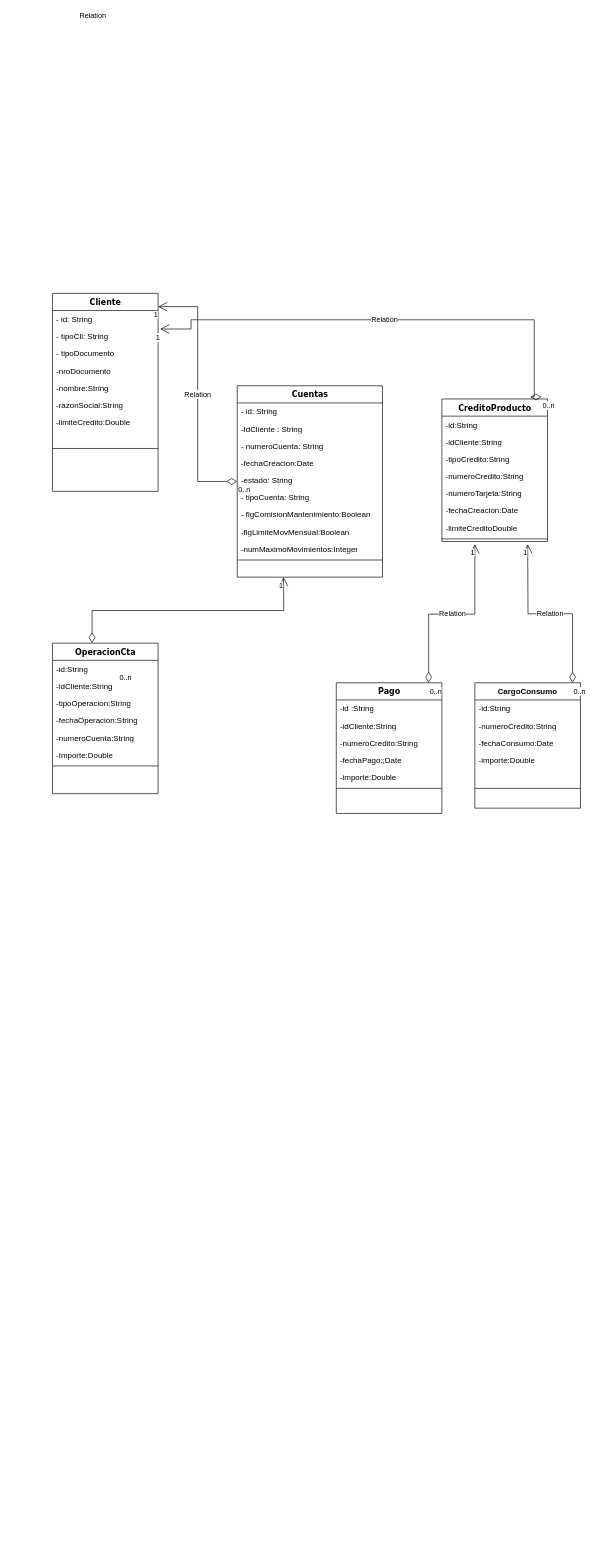
The draw.io diagram Diagrama_clases/diagrama_clases.drawio in edymartinhf/bootcamp1-docs, before the edit. Source tidied: cells renumbered, new cells numbered last; positions are measured from the earlier drawing's top-left corner, leaving out a move shared by most shapes. Both pictures are drawn from the tidied source at 66%, with x=0, y=0 at pixel (52, 293).
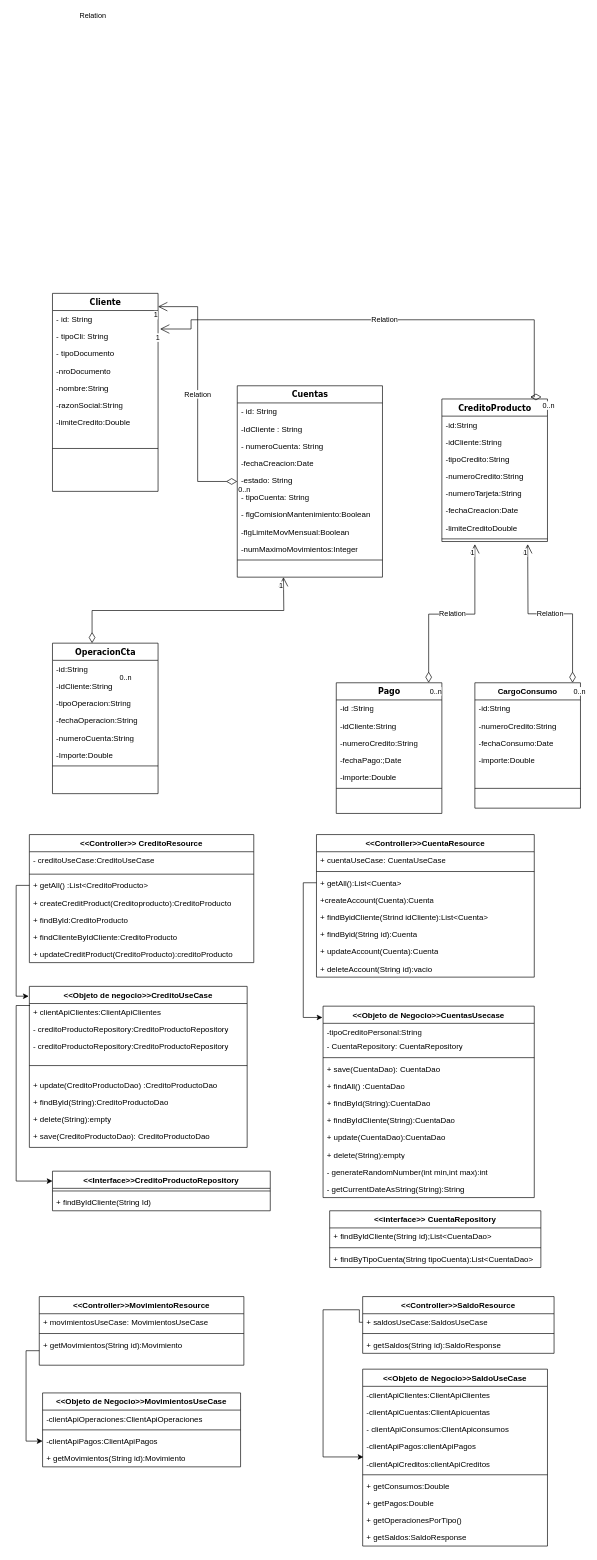
After the change.

What changed in the source:
```diff
@@
+    <mxCell id="67" value="&amp;lt;&amp;lt;Objeto de Negocio&amp;gt;&amp;gt;CuentasUsecase" style="swimlane;fontStyle=1;align=center;verticalAlign=top;horizontal=1;startSize=26;whiteSpace=wrap;html=1;" parent="1" vertex="1">
+      <mxGeometry x="410" y="1080" width="320" height="290" as="geometry" />
+    </mxCell>
+    <mxCell id="68" value="-tipoCreditoPersonal:String" style="text;strokeColor=none;fillColor=none;align=left;verticalAlign=top;spacingLeft=4;spacingRight=4;overflow=hidden;whiteSpace=wrap;html=1;" parent="67" vertex="1">
+      <mxGeometry y="26" width="320" height="22" as="geometry" />
+    </mxCell>
+    <mxCell id="69" value="-&amp;nbsp;CuentaRepository: CuentaRepository" style="text;strokeColor=none;fillColor=none;align=left;verticalAlign=top;spacingLeft=4;spacingRight=4;overflow=hidden;whiteSpace=wrap;html=1;" parent="67" vertex="1">
+      <mxGeometry y="48" width="320" height="26" as="geometry" />
+    </mxCell>
+    <mxCell id="70" style="line;strokeWidth=1;fillColor=none;align=left;verticalAlign=middle;spacingTop=-1;spacingLeft=3;spacingRight=3;labelPosition=right;strokeColor=inherit;" parent="67" vertex="1">
+      <mxGeometry y="74" width="320" height="8" as="geometry" />
+    </mxCell>
+    <mxCell id="71" value="+ save(CuentaDao): CuentaDao" style="text;strokeColor=none;fillColor=none;align=left;verticalAlign=top;spacingLeft=4;spacingRight=4;overflow=hidden;whiteSpace=wrap;html=1;" parent="67" vertex="1">
+      <mxGeometry y="82" width="320" height="26" as="geometry" />
+    </mxCell>
+    <mxCell id="72" value="+ findAll() :CuentaDao" style="text;strokeColor=none;fillColor=none;align=left;verticalAlign=top;spacingLeft=4;spacingRight=4;overflow=hidden;whiteSpace=wrap;html=1;" parent="67" vertex="1">
+      <mxGeometry y="108" width="320" height="26" as="geometry" />
+    </mxCell>
+    <mxCell id="73" value="+&amp;nbsp;findById(String):CuentaDao" style="text;strokeColor=none;fillColor=none;align=left;verticalAlign=top;spacingLeft=4;spacingRight=4;overflow=hidden;whiteSpace=wrap;html=1;" parent="67" vertex="1">
+      <mxGeometry y="134" width="320" height="26" as="geometry" />
+    </mxCell>
+    <mxCell id="74" value="+&amp;nbsp;findByIdCliente(String):CuentaDao" style="text;strokeColor=none;fillColor=none;align=left;verticalAlign=top;spacingLeft=4;spacingRight=4;overflow=hidden;whiteSpace=wrap;html=1;" parent="67" vertex="1">
+      <mxGeometry y="160" width="320" height="26" as="geometry" />
+    </mxCell>
+    <mxCell id="75" value="+ update(CuentaDao):CuentaDao" style="text;strokeColor=none;fillColor=none;align=left;verticalAlign=top;spacingLeft=4;spacingRight=4;overflow=hidden;whiteSpace=wrap;html=1;" parent="67" vertex="1">
+      <mxGeometry y="186" width="320" height="26" as="geometry" />
+    </mxCell>
+    <mxCell id="76" value="+ delete(String):empty" style="text;strokeColor=none;fillColor=none;align=left;verticalAlign=top;spacingLeft=4;spacingRight=4;overflow=hidden;whiteSpace=wrap;html=1;" parent="67" vertex="1">
+      <mxGeometry y="212" width="320" height="26" as="geometry" />
+    </mxCell>
+    <mxCell id="77" value="-&amp;nbsp;generateRandomNumber(int min,int max):int" style="text;strokeColor=none;fillColor=none;align=left;verticalAlign=top;spacingLeft=4;spacingRight=4;overflow=hidden;whiteSpace=wrap;html=1;" parent="67" vertex="1">
+      <mxGeometry y="238" width="320" height="26" as="geometry" />
+    </mxCell>
+    <mxCell id="78" value="-&amp;nbsp;getCurrentDateAsString(String):String" style="text;strokeColor=none;fillColor=none;align=left;verticalAlign=top;spacingLeft=4;spacingRight=4;overflow=hidden;whiteSpace=wrap;html=1;" parent="67" vertex="1">
+      <mxGeometry y="264" width="320" height="26" as="geometry" />
+    </mxCell>
+    <mxCell id="79" value="&amp;lt;&amp;lt;Objeto de Negocio&amp;gt;&amp;gt;MovimientosUseCase" style="swimlane;fontStyle=1;align=center;verticalAlign=top;horizontal=1;startSize=26;whiteSpace=wrap;html=1;" parent="1" vertex="1">
+      <mxGeometry x="-15" y="1666" width="300" height="112" as="geometry" />
+    </mxCell>
+    <mxCell id="80" value="-clientApiOperaciones:ClientApiOperaciones" style="text;strokeColor=none;fillColor=none;align=left;verticalAlign=top;spacingLeft=4;spacingRight=4;overflow=hidden;whiteSpace=wrap;html=1;" parent="79" vertex="1">
+      <mxGeometry y="26" width="300" height="26" as="geometry" />
+    </mxCell>
+    <mxCell id="81" style="line;strokeWidth=1;fillColor=none;align=left;verticalAlign=middle;spacingTop=-1;spacingLeft=3;spacingRight=3;labelPosition=right;strokeColor=inherit;" parent="79" vertex="1">
+      <mxGeometry y="52" width="300" height="8" as="geometry" />
+    </mxCell>
+    <mxCell id="82" value="-clientApiPagos:ClientApiPagos" style="text;strokeColor=none;fillColor=none;align=left;verticalAlign=top;spacingLeft=4;spacingRight=4;overflow=hidden;points=[[0,0.5],[1,0.5]];portConstraint=eastwest;whiteSpace=wrap;html=1;" parent="79" vertex="1">
+      <mxGeometry y="60" width="300" height="26" as="geometry" />
+    </mxCell>
+    <mxCell id="83" value="+ getMovimientos(String id):Movimiento" style="text;strokeColor=none;fillColor=none;align=left;verticalAlign=top;spacingLeft=4;spacingRight=4;overflow=hidden;whiteSpace=wrap;html=1;" parent="79" vertex="1">
+      <mxGeometry y="86" width="300" height="26" as="geometry" />
+    </mxCell>
+    <mxCell id="84" value="&amp;lt;&amp;lt;Objeto de Negocio&amp;gt;&amp;gt;SaldoUseCase" style="swimlane;fontStyle=1;align=center;verticalAlign=top;horizontal=1;startSize=26;whiteSpace=wrap;html=1;" parent="1" vertex="1">
+      <mxGeometry x="470" y="1630" width="280" height="268" as="geometry" />
+    </mxCell>
+    <mxCell id="85" value="-clientApiClientes:ClientApiClientes" style="text;strokeColor=none;fillColor=none;align=left;verticalAlign=top;spacingLeft=4;spacingRight=4;overflow=hidden;whiteSpace=wrap;html=1;" parent="84" vertex="1">
+      <mxGeometry y="26" width="280" height="26" as="geometry" />
+    </mxCell>
+    <mxCell id="86" value="-clientApiCuentas:ClientApicuentas" style="text;strokeColor=none;fillColor=none;align=left;verticalAlign=top;spacingLeft=4;spacingRight=4;overflow=hidden;whiteSpace=wrap;html=1;" parent="84" vertex="1">
+      <mxGeometry y="52" width="280" height="26" as="geometry" />
+    </mxCell>
+    <mxCell id="87" value="- clientApiConsumos:ClientApiconsumos" style="text;strokeColor=none;fillColor=none;align=left;verticalAlign=top;spacingLeft=4;spacingRight=4;overflow=hidden;whiteSpace=wrap;html=1;" parent="84" vertex="1">
+      <mxGeometry y="78" width="280" height="26" as="geometry" />
+    </mxCell>
+    <mxCell id="88" value="-clientApiPagos:clientApiPagos" style="text;strokeColor=none;fillColor=none;align=left;verticalAlign=top;spacingLeft=4;spacingRight=4;overflow=hidden;whiteSpace=wrap;html=1;" parent="84" vertex="1">
+      <mxGeometry y="104" width="280" height="26" as="geometry" />
+    </mxCell>
+    <mxCell id="89" value="-clientApiCreditos:clientApiCreditos" style="text;strokeColor=none;fillColor=none;align=left;verticalAlign=top;spacingLeft=4;spacingRight=4;overflow=hidden;points=[[0,0.5],[1,0.5]];portConstraint=eastwest;whiteSpace=wrap;html=1;" parent="84" vertex="1">
+      <mxGeometry y="130" width="280" height="26" as="geometry" />
+    </mxCell>
+    <mxCell id="90" style="line;strokeWidth=1;fillColor=none;align=left;verticalAlign=middle;spacingTop=-1;spacingLeft=3;spacingRight=3;labelPosition=right;strokeColor=inherit;" parent="84" vertex="1">
+      <mxGeometry y="156" width="280" height="8" as="geometry" />
+    </mxCell>
+    <mxCell id="91" value="+ getConsumos:Double" style="text;strokeColor=none;fillColor=none;align=left;verticalAlign=top;spacingLeft=4;spacingRight=4;overflow=hidden;whiteSpace=wrap;html=1;" parent="84" vertex="1">
+      <mxGeometry y="164" width="280" height="26" as="geometry" />
+    </mxCell>
+    <mxCell id="92" value="+ getPagos:Double" style="text;strokeColor=none;fillColor=none;align=left;verticalAlign=top;spacingLeft=4;spacingRight=4;overflow=hidden;whiteSpace=wrap;html=1;" parent="84" vertex="1">
+      <mxGeometry y="190" width="280" height="26" as="geometry" />
+    </mxCell>
+    <mxCell id="93" value="+ getOperacionesPorTipo()" style="text;strokeColor=none;fillColor=none;align=left;verticalAlign=top;spacingLeft=4;spacingRight=4;overflow=hidden;whiteSpace=wrap;html=1;" parent="84" vertex="1">
+      <mxGeometry y="216" width="280" height="26" as="geometry" />
+    </mxCell>
+    <mxCell id="94" value="+ getSaldos:SaldoResponse" style="text;strokeColor=none;fillColor=none;align=left;verticalAlign=top;spacingLeft=4;spacingRight=4;overflow=hidden;whiteSpace=wrap;html=1;" parent="84" vertex="1">
+      <mxGeometry y="242" width="280" height="26" as="geometry" />
+    </mxCell>
+    <mxCell id="95" value="&amp;lt;&amp;lt;Objeto de negocio&amp;gt;&amp;gt;CreditoUseCase" style="swimlane;fontStyle=1;align=center;verticalAlign=top;horizontal=1;startSize=26;whiteSpace=wrap;html=1;" parent="1" vertex="1">
+      <mxGeometry x="-35" y="1050" width="330" height="244" as="geometry" />
+    </mxCell>
+    <mxCell id="96" value="+ clientApiClientes:ClientApiClientes" style="text;strokeColor=none;fillColor=none;align=left;verticalAlign=top;spacingLeft=4;spacingRight=4;overflow=hidden;points=[[0,0.5],[1,0.5]];portConstraint=eastwest;whiteSpace=wrap;html=1;" parent="95" vertex="1">
+      <mxGeometry y="26" width="330" height="26" as="geometry" />
+    </mxCell>
+    <mxCell id="97" value="- creditoProductoRepository:CreditoProductoRepository" style="text;strokeColor=none;fillColor=none;align=left;verticalAlign=top;spacingLeft=4;spacingRight=4;overflow=hidden;whiteSpace=wrap;html=1;" parent="95" vertex="1">
+      <mxGeometry y="52" width="330" height="26" as="geometry" />
+    </mxCell>
+    <mxCell id="98" value="- creditoProductoRepository:CreditoProductoRepository" style="text;strokeColor=none;fillColor=none;align=left;verticalAlign=top;spacingLeft=4;spacingRight=4;overflow=hidden;whiteSpace=wrap;html=1;" parent="95" vertex="1">
+      <mxGeometry y="78" width="330" height="26" as="geometry" />
+    </mxCell>
+    <mxCell id="99" style="line;strokeWidth=1;fillColor=none;align=left;verticalAlign=middle;spacingTop=-1;spacingLeft=3;spacingRight=3;labelPosition=right;strokeColor=inherit;" parent="95" vertex="1">
+      <mxGeometry y="104" width="330" height="32" as="geometry" />
+    </mxCell>
+    <mxCell id="100" value="+ update(CreditoProductoDao) :CreditoProductoDao" style="text;strokeColor=none;fillColor=none;align=left;verticalAlign=top;spacingLeft=4;spacingRight=4;overflow=hidden;whiteSpace=wrap;html=1;" parent="95" vertex="1">
+      <mxGeometry y="136" width="330" height="26" as="geometry" />
+    </mxCell>
+    <mxCell id="101" value="+&amp;nbsp;findById(String):CreditoProductoDao" style="text;strokeColor=none;fillColor=none;align=left;verticalAlign=top;spacingLeft=4;spacingRight=4;overflow=hidden;whiteSpace=wrap;html=1;" parent="95" vertex="1">
+      <mxGeometry y="162" width="330" height="26" as="geometry" />
+    </mxCell>
+    <mxCell id="102" value="+ delete(String):empty" style="text;strokeColor=none;fillColor=none;align=left;verticalAlign=top;spacingLeft=4;spacingRight=4;overflow=hidden;whiteSpace=wrap;html=1;" parent="95" vertex="1">
+      <mxGeometry y="188" width="330" height="26" as="geometry" />
+    </mxCell>
+    <mxCell id="103" value="+ save(CreditoProductoDao): CreditoProductoDao" style="text;strokeColor=none;fillColor=none;align=left;verticalAlign=top;spacingLeft=4;spacingRight=4;overflow=hidden;whiteSpace=wrap;html=1;" parent="95" vertex="1">
+      <mxGeometry y="214" width="330" height="30" as="geometry" />
+    </mxCell>
+    <mxCell id="104" value="&amp;lt;&amp;lt;Controller&amp;gt;&amp;gt; CreditoResource" style="swimlane;fontStyle=1;align=center;verticalAlign=top;horizontal=1;startSize=26;whiteSpace=wrap;html=1;" parent="1" vertex="1">
+      <mxGeometry x="-35" y="820" width="340" height="194" as="geometry" />
+    </mxCell>
+    <mxCell id="105" value="- creditoUseCase:CreditoUseCase&amp;nbsp;" style="text;strokeColor=none;fillColor=none;align=left;verticalAlign=top;spacingLeft=4;spacingRight=4;overflow=hidden;whiteSpace=wrap;html=1;" parent="104" vertex="1">
+      <mxGeometry y="26" width="340" height="30" as="geometry" />
+    </mxCell>
+    <mxCell id="106" style="line;strokeWidth=1;fillColor=none;align=left;verticalAlign=middle;spacingTop=-1;spacingLeft=3;spacingRight=3;labelPosition=right;strokeColor=inherit;" parent="104" vertex="1">
+      <mxGeometry y="56" width="340" height="8" as="geometry" />
+    </mxCell>
+    <mxCell id="107" value="+&amp;nbsp;getAll() :List&amp;lt;CreditoProducto&lt;span style=&quot;background-color: initial;&quot;&gt;&amp;gt;&lt;/span&gt;" style="text;strokeColor=none;fillColor=none;align=left;verticalAlign=top;spacingLeft=4;spacingRight=4;overflow=hidden;points=[[0,0.5],[1,0.5]];portConstraint=eastwest;whiteSpace=wrap;html=1;" parent="104" vertex="1">
+      <mxGeometry y="64" width="340" height="26" as="geometry" />
+    </mxCell>
+    <mxCell id="108" value="+&amp;nbsp;createCreditProduct(Creditoproducto):CreditoProducto" style="text;strokeColor=none;fillColor=none;align=left;verticalAlign=top;spacingLeft=4;spacingRight=4;overflow=hidden;whiteSpace=wrap;html=1;" parent="104" vertex="1">
+      <mxGeometry y="90" width="340" height="26" as="geometry" />
+    </mxCell>
+    <mxCell id="109" value="+ findById:CreditoProducto" style="text;strokeColor=none;fillColor=none;align=left;verticalAlign=top;spacingLeft=4;spacingRight=4;overflow=hidden;whiteSpace=wrap;html=1;" parent="104" vertex="1">
+      <mxGeometry y="116" width="340" height="26" as="geometry" />
+    </mxCell>
+    <mxCell id="110" value="+&amp;nbsp;findClienteByIdCliente:CreditoProducto" style="text;strokeColor=none;fillColor=none;align=left;verticalAlign=top;spacingLeft=4;spacingRight=4;overflow=hidden;whiteSpace=wrap;html=1;" parent="104" vertex="1">
+      <mxGeometry y="142" width="340" height="26" as="geometry" />
+    </mxCell>
+    <mxCell id="111" value="+&amp;nbsp;updateCreditProduct(CreditoProducto):creditoProducto" style="text;strokeColor=none;fillColor=none;align=left;verticalAlign=top;spacingLeft=4;spacingRight=4;overflow=hidden;whiteSpace=wrap;html=1;" parent="104" vertex="1">
+      <mxGeometry y="168" width="340" height="26" as="geometry" />
+    </mxCell>
+    <mxCell id="112" value="&amp;lt;&amp;lt;Controller&amp;gt;&amp;gt;CuentaResource" style="swimlane;fontStyle=1;align=center;verticalAlign=top;horizontal=1;startSize=26;whiteSpace=wrap;html=1;" parent="1" vertex="1">
+      <mxGeometry x="400" y="820" width="330" height="216" as="geometry" />
+    </mxCell>
+    <mxCell id="113" value="+ cuentaUseCase:&amp;nbsp;CuentaUseCase" style="text;strokeColor=none;fillColor=none;align=left;verticalAlign=top;spacingLeft=4;spacingRight=4;overflow=hidden;whiteSpace=wrap;html=1;" parent="112" vertex="1">
+      <mxGeometry y="26" width="330" height="26" as="geometry" />
+    </mxCell>
+    <mxCell id="114" style="line;strokeWidth=1;fillColor=none;align=left;verticalAlign=middle;spacingTop=-1;spacingLeft=3;spacingRight=3;labelPosition=right;strokeColor=inherit;" parent="112" vertex="1">
+      <mxGeometry y="52" width="330" height="8" as="geometry" />
+    </mxCell>
+    <mxCell id="115" value="+ getAll():List&amp;lt;Cuenta&amp;gt;" style="text;strokeColor=none;fillColor=none;align=left;verticalAlign=top;spacingLeft=4;spacingRight=4;overflow=hidden;points=[[0,0.5],[1,0.5]];portConstraint=eastwest;whiteSpace=wrap;html=1;" parent="112" vertex="1">
+      <mxGeometry y="60" width="330" height="26" as="geometry" />
+    </mxCell>
+    <mxCell id="116" value="+createAccount(Cuenta):Cuenta" style="text;strokeColor=none;fillColor=none;align=left;verticalAlign=top;spacingLeft=4;spacingRight=4;overflow=hidden;whiteSpace=wrap;html=1;" parent="112" vertex="1">
+      <mxGeometry y="86" width="330" height="26" as="geometry" />
+    </mxCell>
+    <mxCell id="117" value="+ findByidCliente(Strind idCliente):List&amp;lt;Cuenta&amp;gt;" style="text;strokeColor=none;fillColor=none;align=left;verticalAlign=top;spacingLeft=4;spacingRight=4;overflow=hidden;whiteSpace=wrap;html=1;" parent="112" vertex="1">
+      <mxGeometry y="112" width="330" height="26" as="geometry" />
+    </mxCell>
+    <mxCell id="118" value="+ findByid(String id):Cuenta" style="text;strokeColor=none;fillColor=none;align=left;verticalAlign=top;spacingLeft=4;spacingRight=4;overflow=hidden;whiteSpace=wrap;html=1;" parent="112" vertex="1">
+      <mxGeometry y="138" width="330" height="26" as="geometry" />
+    </mxCell>
+    <mxCell id="119" value="+ updateAccount(Cuenta):Cuenta" style="text;strokeColor=none;fillColor=none;align=left;verticalAlign=top;spacingLeft=4;spacingRight=4;overflow=hidden;whiteSpace=wrap;html=1;" parent="112" vertex="1">
+      <mxGeometry y="164" width="330" height="26" as="geometry" />
+    </mxCell>
+    <mxCell id="120" value="+ deleteAccount(String id):vacio" style="text;strokeColor=none;fillColor=none;align=left;verticalAlign=top;spacingLeft=4;spacingRight=4;overflow=hidden;whiteSpace=wrap;html=1;" parent="112" vertex="1">
+      <mxGeometry y="190" width="330" height="26" as="geometry" />
+    </mxCell>
+    <mxCell id="121" value="&amp;lt;&amp;lt;Controller&amp;gt;&amp;gt;MovimientoResource" style="swimlane;fontStyle=1;align=center;verticalAlign=top;horizontal=1;startSize=26;whiteSpace=wrap;html=1;" parent="1" vertex="1">
+      <mxGeometry x="-20" y="1520" width="310" height="104" as="geometry" />
+    </mxCell>
+    <mxCell id="122" value="+ movimientosUseCase:&amp;nbsp;MovimientosUseCase" style="text;strokeColor=none;fillColor=none;align=left;verticalAlign=top;spacingLeft=4;spacingRight=4;overflow=hidden;whiteSpace=wrap;html=1;" parent="121" vertex="1">
+      <mxGeometry y="26" width="310" height="26" as="geometry" />
+    </mxCell>
+    <mxCell id="123" style="line;strokeWidth=1;fillColor=none;align=left;verticalAlign=middle;spacingTop=-1;spacingLeft=3;spacingRight=3;labelPosition=right;strokeColor=inherit;" parent="121" vertex="1">
+      <mxGeometry y="52" width="310" height="8" as="geometry" />
+    </mxCell>
+    <mxCell id="124" value="+&amp;nbsp;getMovimientos(String id):Movimiento" style="text;strokeColor=none;fillColor=none;align=left;verticalAlign=top;spacingLeft=4;spacingRight=4;overflow=hidden;points=[[0,0.5],[1,0.5]];portConstraint=eastwest;whiteSpace=wrap;html=1;" parent="121" vertex="1">
+      <mxGeometry y="60" width="310" height="44" as="geometry" />
+    </mxCell>
+    <mxCell id="125" value="&amp;lt;&amp;lt;Controller&amp;gt;&amp;gt;SaldoResource" style="swimlane;fontStyle=1;align=center;verticalAlign=top;horizontal=1;startSize=26;whiteSpace=wrap;html=1;" parent="1" vertex="1">
+      <mxGeometry x="470" y="1520" width="290" height="86" as="geometry" />
+    </mxCell>
+    <mxCell id="126" value="+ saldosUseCase:SaldosUseCase" style="text;strokeColor=none;fillColor=none;align=left;verticalAlign=top;spacingLeft=4;spacingRight=4;overflow=hidden;points=[[0,0.5],[1,0.5]];portConstraint=eastwest;whiteSpace=wrap;html=1;" parent="125" vertex="1">
+      <mxGeometry y="26" width="290" height="26" as="geometry" />
+    </mxCell>
+    <mxCell id="127" style="line;strokeWidth=1;fillColor=none;align=left;verticalAlign=middle;spacingTop=-1;spacingLeft=3;spacingRight=3;labelPosition=right;strokeColor=inherit;" parent="125" vertex="1">
+      <mxGeometry y="52" width="290" height="8" as="geometry" />
+    </mxCell>
+    <mxCell id="128" value="+ getSaldos(String id):SaldoResponse" style="text;strokeColor=none;fillColor=none;align=left;verticalAlign=top;spacingLeft=4;spacingRight=4;overflow=hidden;whiteSpace=wrap;html=1;" parent="125" vertex="1">
+      <mxGeometry y="60" width="290" height="26" as="geometry" />
+    </mxCell>
+    <mxCell id="129" style="edgeStyle=orthogonalEdgeStyle;rounded=0;jettySize=auto;html=1;exitX=0;exitY=0.5;exitDx=0;exitDy=0;entryX=-0.003;entryY=0.059;entryDx=0;entryDy=0;entryPerimeter=0;" parent="1" edge="1" source="115" target="67">
+      <mxGeometry relative="1" as="geometry" />
+    </mxCell>
+    <mxCell id="130" style="edgeStyle=orthogonalEdgeStyle;rounded=0;jettySize=auto;html=1;exitX=0;exitY=0.5;exitDx=0;exitDy=0;entryX=0;entryY=0.5;entryDx=0;entryDy=0;" parent="1" edge="1" source="124" target="82">
+      <mxGeometry relative="1" as="geometry" />
+    </mxCell>
+    <mxCell id="131" style="edgeStyle=orthogonalEdgeStyle;rounded=0;jettySize=auto;html=1;exitX=0;exitY=0.5;exitDx=0;exitDy=0;entryX=0.004;entryY=0.115;entryDx=0;entryDy=0;entryPerimeter=0;" parent="1" edge="1" source="126" target="89">
+      <mxGeometry relative="1" as="geometry">
+        <Array as="points">
+          <mxPoint x="465" y="1540" />
+          <mxPoint x="410" y="1540" />
+          <mxPoint x="410" y="1763" />
+        </Array>
+      </mxGeometry>
+    </mxCell>
+    <mxCell id="132" value="&amp;lt;&amp;lt;Interface&amp;gt;&amp;gt;CreditoProductoRepository" style="swimlane;fontStyle=1;align=center;verticalAlign=top;horizontal=1;startSize=26;whiteSpace=wrap;html=1;" parent="1" vertex="1">
+      <mxGeometry y="1330" width="330" height="60" as="geometry" />
+    </mxCell>
+    <mxCell id="133" style="line;strokeWidth=1;fillColor=none;align=left;verticalAlign=middle;spacingTop=-1;spacingLeft=3;spacingRight=3;labelPosition=right;strokeColor=inherit;" parent="132" vertex="1">
+      <mxGeometry y="26" width="330" height="8" as="geometry" />
+    </mxCell>
+    <mxCell id="134" value="+&amp;nbsp;findByIdCliente(String Id)" style="text;strokeColor=none;fillColor=none;align=left;verticalAlign=top;spacingLeft=4;spacingRight=4;overflow=hidden;whiteSpace=wrap;html=1;" parent="132" vertex="1">
+      <mxGeometry y="34" width="330" height="26" as="geometry" />
+    </mxCell>
+    <mxCell id="135" value="&amp;lt;&amp;lt;interface&amp;gt;&amp;gt;&amp;nbsp;CuentaRepository" style="swimlane;fontStyle=1;align=center;verticalAlign=top;horizontal=1;startSize=26;whiteSpace=wrap;html=1;" parent="1" vertex="1">
+      <mxGeometry x="420" y="1390" width="320" height="86" as="geometry" />
+    </mxCell>
+    <mxCell id="136" value="+&amp;nbsp;findByIdCliente(String id);List&amp;lt;CuentaDao&amp;gt;" style="text;strokeColor=none;fillColor=none;align=left;verticalAlign=top;spacingLeft=4;spacingRight=4;overflow=hidden;whiteSpace=wrap;html=1;" parent="135" vertex="1">
+      <mxGeometry y="26" width="320" height="26" as="geometry" />
+    </mxCell>
+    <mxCell id="137" style="line;strokeWidth=1;fillColor=none;align=left;verticalAlign=middle;spacingTop=-1;spacingLeft=3;spacingRight=3;labelPosition=right;strokeColor=inherit;" parent="135" vertex="1">
+      <mxGeometry y="52" width="320" height="8" as="geometry" />
+    </mxCell>
+    <mxCell id="138" value="+&amp;nbsp;findByTipoCuenta(String tipoCuenta):List&amp;lt;CuentaDao&amp;gt;" style="text;strokeColor=none;fillColor=none;align=left;verticalAlign=top;spacingLeft=4;spacingRight=4;overflow=hidden;whiteSpace=wrap;html=1;" parent="135" vertex="1">
+      <mxGeometry y="60" width="320" height="26" as="geometry" />
+    </mxCell>
+    <mxCell id="139" style="edgeStyle=orthogonalEdgeStyle;rounded=0;jettySize=auto;html=1;exitX=0;exitY=0.5;exitDx=0;exitDy=0;entryX=-0.003;entryY=0.061;entryDx=0;entryDy=0;entryPerimeter=0;" parent="1" edge="1" source="107" target="95">
+      <mxGeometry relative="1" as="geometry" />
+    </mxCell>
+    <mxCell id="140" style="edgeStyle=orthogonalEdgeStyle;rounded=0;jettySize=auto;html=1;exitX=0.003;exitY=0.115;exitDx=0;exitDy=0;entryX=0;entryY=0.25;entryDx=0;entryDy=0;exitPerimeter=0;" parent="1" edge="1" source="96" target="132">
+      <mxGeometry relative="1" as="geometry" />
+    </mxCell>
```
